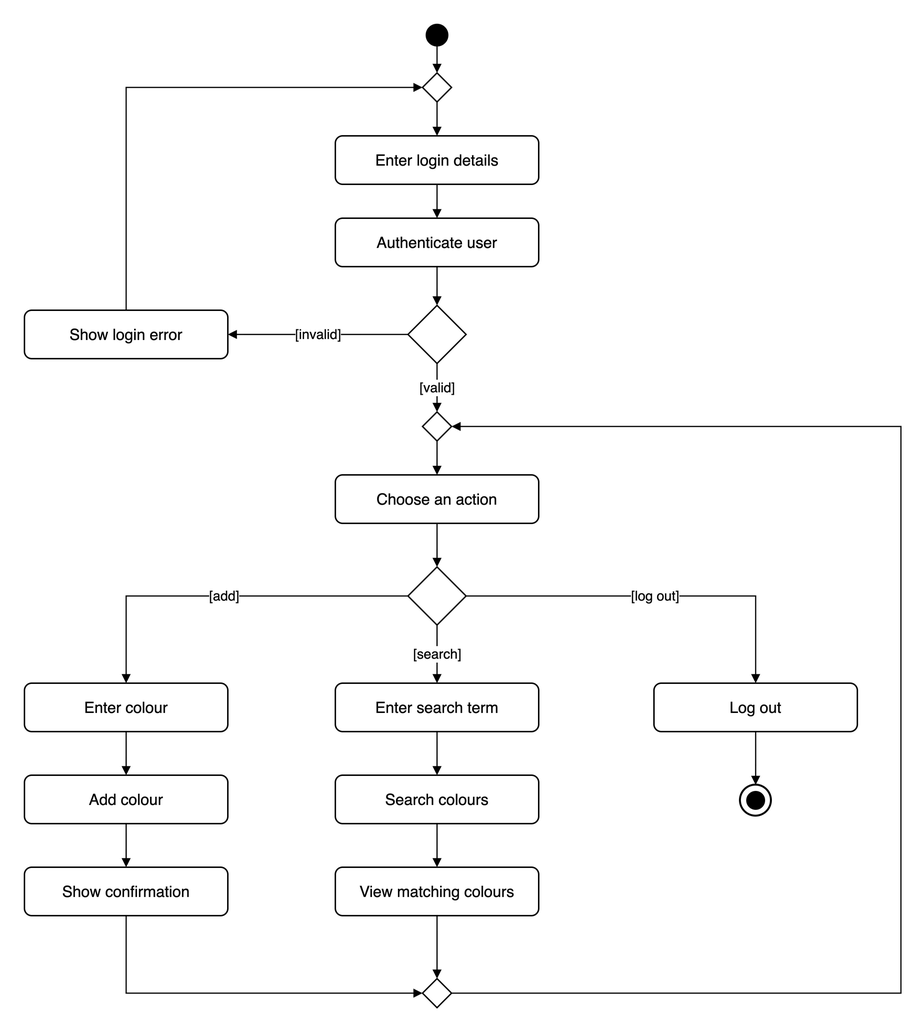
milesrack/colors-lamp keeps this draw.io diagram as docs/uml/activity.png. Above is the earlier version. Source tidied: cells renumbered, new cells last; positions are measured from the earlier drawing's top-left corner, leaving out a move shared by most shapes.
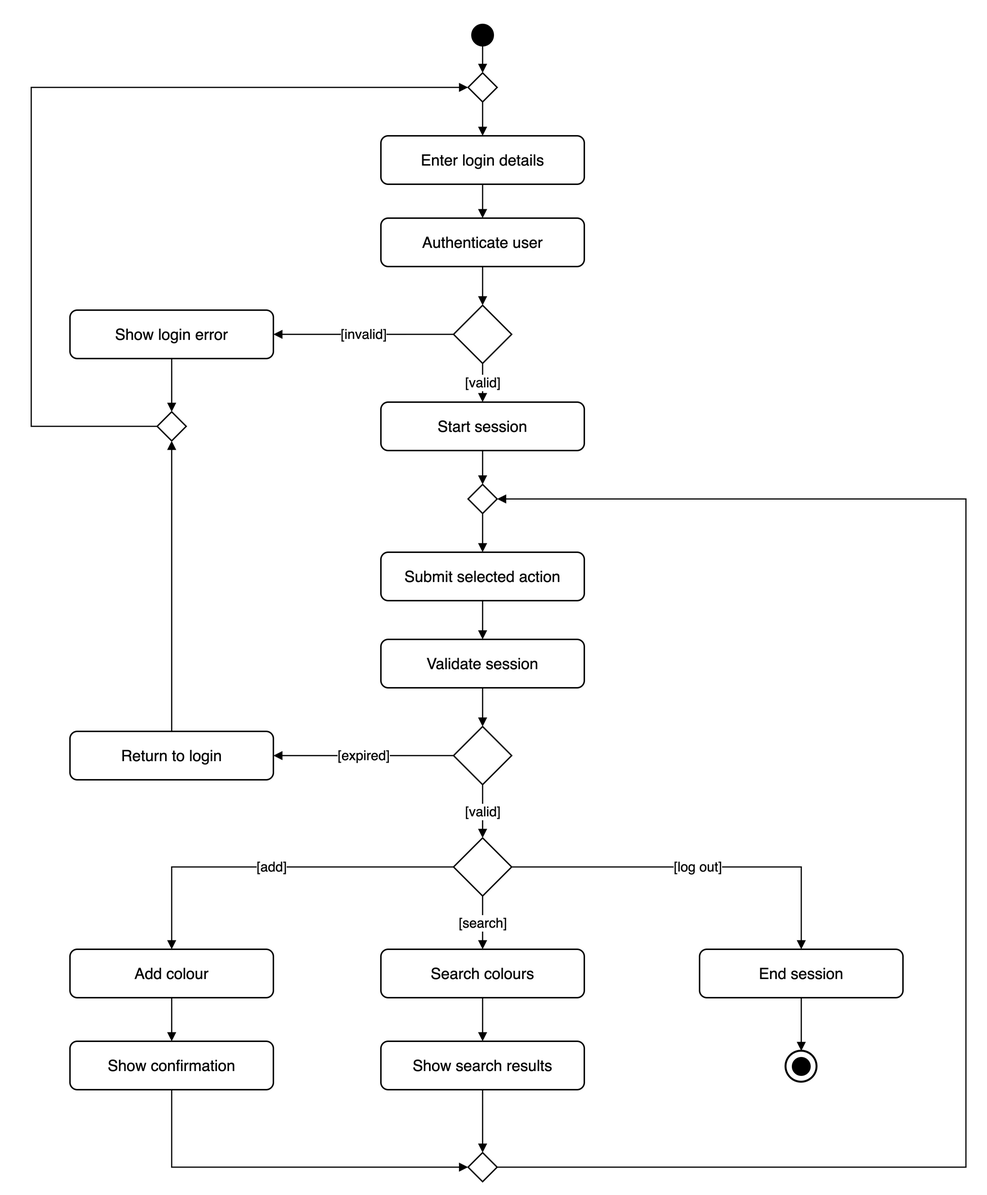
After the change.

The edit, as a diff of the source:
```diff
@@ -20,44 +20,53 @@
     <mxCell id="7" value="Show login error" style="html=1;whiteSpace=wrap;fontFamily=Helvetica;fontSize=16;fontColor=#000000;strokeColor=#000000;fillColor=#FFFFFF;strokeWidth=1.5;rounded=1;arcSize=15;" parent="1" vertex="1">
       <mxGeometry y="295" width="210" height="50" as="geometry" />
     </mxCell>
+    <mxCell id="41" style="html=1;whiteSpace=wrap;fontFamily=Helvetica;fontSize=16;fontColor=#000000;strokeColor=#000000;fillColor=#FFFFFF;strokeWidth=1.5;rhombus;" parent="1" vertex="1">
+      <mxGeometry x="90" y="400" width="30" height="30" as="geometry" />
+    </mxCell>
+    <mxCell id="42" value="Start session" style="html=1;whiteSpace=wrap;fontFamily=Helvetica;fontSize=16;fontColor=#000000;strokeColor=#000000;fillColor=#FFFFFF;strokeWidth=1.5;rounded=1;arcSize=15;" parent="1" vertex="1">
+      <mxGeometry x="321" y="390" width="210" height="50" as="geometry" />
+    </mxCell>
     <mxCell id="8" style="html=1;whiteSpace=wrap;fontFamily=Helvetica;fontSize=16;fontColor=#000000;strokeColor=#000000;fillColor=#FFFFFF;strokeWidth=1.5;rhombus;" parent="1" vertex="1">
-      <mxGeometry x="411" y="400" width="30" height="30" as="geometry" />
+      <mxGeometry x="411" y="475" width="30" height="30" as="geometry" />
     </mxCell>
-    <mxCell id="9" value="Choose an action" style="html=1;whiteSpace=wrap;fontFamily=Helvetica;fontSize=16;fontColor=#000000;strokeColor=#000000;fillColor=#FFFFFF;strokeWidth=1.5;rounded=1;arcSize=15;" parent="1" vertex="1">
-      <mxGeometry x="321" y="465" width="210" height="50" as="geometry" />
+    <mxCell id="9" value="Submit selected action" style="html=1;whiteSpace=wrap;fontFamily=Helvetica;fontSize=16;fontColor=#000000;strokeColor=#000000;fillColor=#FFFFFF;strokeWidth=1.5;rounded=1;arcSize=15;" parent="1" vertex="1">
+      <mxGeometry x="321" y="545" width="210" height="50" as="geometry" />
     </mxCell>
+    <mxCell id="43" value="Validate session" style="html=1;whiteSpace=wrap;fontFamily=Helvetica;fontSize=16;fontColor=#000000;strokeColor=#000000;fillColor=#FFFFFF;strokeWidth=1.5;rounded=1;arcSize=15;" parent="1" vertex="1">
+      <mxGeometry x="321" y="635" width="210" height="50" as="geometry" />
+    </mxCell>
+    <mxCell id="44" style="html=1;whiteSpace=wrap;fontFamily=Helvetica;fontSize=16;fontColor=#000000;strokeColor=#000000;fillColor=#FFFFFF;strokeWidth=1.5;rhombus;" parent="1" vertex="1">
+      <mxGeometry x="396" y="725" width="60" height="60" as="geometry" />
+    </mxCell>
+    <mxCell id="45" value="Return to login" style="html=1;whiteSpace=wrap;fontFamily=Helvetica;fontSize=16;fontColor=#000000;strokeColor=#000000;fillColor=#FFFFFF;strokeWidth=1.5;rounded=1;arcSize=15;" parent="1" vertex="1">
+      <mxGeometry y="730" width="210" height="50" as="geometry" />
+    </mxCell>
     <mxCell id="10" style="html=1;whiteSpace=wrap;fontFamily=Helvetica;fontSize=16;fontColor=#000000;strokeColor=#000000;fillColor=#FFFFFF;strokeWidth=1.5;rhombus;" parent="1" vertex="1">
-      <mxGeometry x="396" y="560" width="60" height="60" as="geometry" />
+      <mxGeometry x="396" y="840" width="60" height="60" as="geometry" />
     </mxCell>
-    <mxCell id="11" value="Enter colour" style="html=1;whiteSpace=wrap;fontFamily=Helvetica;fontSize=16;fontColor=#000000;strokeColor=#000000;fillColor=#FFFFFF;strokeWidth=1.5;rounded=1;arcSize=15;" parent="1" vertex="1">
-      <mxGeometry y="680" width="210" height="50" as="geometry" />
-    </mxCell>
     <mxCell id="12" value="Add colour" style="html=1;whiteSpace=wrap;fontFamily=Helvetica;fontSize=16;fontColor=#000000;strokeColor=#000000;fillColor=#FFFFFF;strokeWidth=1.5;rounded=1;arcSize=15;" parent="1" vertex="1">
-      <mxGeometry y="775" width="210" height="50" as="geometry" />
+      <mxGeometry y="955" width="210" height="50" as="geometry" />
     </mxCell>
     <mxCell id="13" value="Show confirmation" style="html=1;whiteSpace=wrap;fontFamily=Helvetica;fontSize=16;fontColor=#000000;strokeColor=#000000;fillColor=#FFFFFF;strokeWidth=1.5;rounded=1;arcSize=15;" parent="1" vertex="1">
-      <mxGeometry y="870" width="210" height="50" as="geometry" />
+      <mxGeometry y="1050" width="210" height="50" as="geometry" />
     </mxCell>
-    <mxCell id="14" value="Enter search term" style="html=1;whiteSpace=wrap;fontFamily=Helvetica;fontSize=16;fontColor=#000000;strokeColor=#000000;fillColor=#FFFFFF;strokeWidth=1.5;rounded=1;arcSize=15;" parent="1" vertex="1">
-      <mxGeometry x="321" y="680" width="210" height="50" as="geometry" />
-    </mxCell>
     <mxCell id="15" value="Search colours" style="html=1;whiteSpace=wrap;fontFamily=Helvetica;fontSize=16;fontColor=#000000;strokeColor=#000000;fillColor=#FFFFFF;strokeWidth=1.5;rounded=1;arcSize=15;" parent="1" vertex="1">
-      <mxGeometry x="321" y="775" width="210" height="50" as="geometry" />
+      <mxGeometry x="321" y="955" width="210" height="50" as="geometry" />
     </mxCell>
-    <mxCell id="16" value="View matching colours" style="html=1;whiteSpace=wrap;fontFamily=Helvetica;fontSize=16;fontColor=#000000;strokeColor=#000000;fillColor=#FFFFFF;strokeWidth=1.5;rounded=1;arcSize=15;" parent="1" vertex="1">
-      <mxGeometry x="321" y="870" width="210" height="50" as="geometry" />
+    <mxCell id="16" value="Show search results" style="html=1;whiteSpace=wrap;fontFamily=Helvetica;fontSize=16;fontColor=#000000;strokeColor=#000000;fillColor=#FFFFFF;strokeWidth=1.5;rounded=1;arcSize=15;" parent="1" vertex="1">
+      <mxGeometry x="321" y="1050" width="210" height="50" as="geometry" />
     </mxCell>
-    <mxCell id="17" value="Log out" style="html=1;whiteSpace=wrap;fontFamily=Helvetica;fontSize=16;fontColor=#000000;strokeColor=#000000;fillColor=#FFFFFF;strokeWidth=1.5;rounded=1;arcSize=15;" parent="1" vertex="1">
-      <mxGeometry x="650" y="680" width="210" height="50" as="geometry" />
+    <mxCell id="17" value="End session" style="html=1;whiteSpace=wrap;fontFamily=Helvetica;fontSize=16;fontColor=#000000;strokeColor=#000000;fillColor=#FFFFFF;strokeWidth=1.5;rounded=1;arcSize=15;" parent="1" vertex="1">
+      <mxGeometry x="650" y="955" width="210" height="50" as="geometry" />
     </mxCell>
     <mxCell id="18" style="html=1;whiteSpace=wrap;fontFamily=Helvetica;fontSize=16;fontColor=#000000;strokeColor=#000000;fillColor=#FFFFFF;strokeWidth=1.5;ellipse;fillColor=#FFFFFF;strokeWidth=2;" parent="1" vertex="1">
-      <mxGeometry x="739" y="785" width="32" height="32" as="geometry" />
+      <mxGeometry x="739" y="1060" width="32" height="32" as="geometry" />
     </mxCell>
     <mxCell id="19" style="html=1;whiteSpace=wrap;fontFamily=Helvetica;fontSize=16;fontColor=#000000;strokeColor=#000000;fillColor=#FFFFFF;strokeWidth=1.5;ellipse;fillColor=#000000;" parent="1" vertex="1">
-      <mxGeometry x="746" y="792" width="18" height="18" as="geometry" />
+      <mxGeometry x="746" y="1067" width="18" height="18" as="geometry" />
     </mxCell>
     <mxCell id="20" style="html=1;whiteSpace=wrap;fontFamily=Helvetica;fontSize=16;fontColor=#000000;strokeColor=#000000;fillColor=#FFFFFF;strokeWidth=1.5;rhombus;" parent="1" vertex="1">
-      <mxGeometry x="411" y="985" width="30" height="30" as="geometry" />
+      <mxGeometry x="411" y="1165" width="30" height="30" as="geometry" />
     </mxCell>
     <mxCell id="21" style="edgeStyle=orthogonalEdgeStyle;rounded=0;html=1;fontFamily=Helvetica;fontSize=14;fontColor=#000000;strokeColor=#000000;strokeWidth=1.3;labelBackgroundColor=#FFFFFF;endArrow=block;endFill=1;jettySize=auto;exitX=0.5;exitY=1;entryX=0.5;entryY=0;jettySize=0;" parent="1" edge="1" source="2" target="3">
       <mxGeometry relative="1" as="geometry" />
@@ -71,19 +80,19 @@
     <mxCell id="24" style="edgeStyle=orthogonalEdgeStyle;rounded=0;html=1;fontFamily=Helvetica;fontSize=14;fontColor=#000000;strokeColor=#000000;strokeWidth=1.3;labelBackgroundColor=#FFFFFF;endArrow=block;endFill=1;jettySize=auto;exitX=0.5;exitY=1;entryX=0.5;entryY=0;jettySize=0;" parent="1" edge="1" source="5" target="6">
       <mxGeometry relative="1" as="geometry" />
     </mxCell>
-    <mxCell id="25" style="edgeStyle=orthogonalEdgeStyle;rounded=0;html=1;fontFamily=Helvetica;fontSize=14;fontColor=#000000;strokeColor=#000000;strokeWidth=1.3;labelBackgroundColor=#FFFFFF;endArrow=block;endFill=1;jettySize=auto;exitX=0.5;exitY=1;entryX=0.5;entryY=0;jettySize=0;" parent="1" edge="1" source="8" target="9">
+    <mxCell id="25" style="edgeStyle=orthogonalEdgeStyle;rounded=0;html=1;fontFamily=Helvetica;fontSize=14;fontColor=#000000;strokeColor=#000000;strokeWidth=1.3;labelBackgroundColor=#FFFFFF;endArrow=block;endFill=1;jettySize=auto;exitX=0.5;exitY=1;entryX=0.5;entryY=0;jettySize=0;" parent="1" edge="1" source="42" target="8">
       <mxGeometry relative="1" as="geometry" />
     </mxCell>
-    <mxCell id="26" style="edgeStyle=orthogonalEdgeStyle;rounded=0;html=1;fontFamily=Helvetica;fontSize=14;fontColor=#000000;strokeColor=#000000;strokeWidth=1.3;labelBackgroundColor=#FFFFFF;endArrow=block;endFill=1;jettySize=auto;exitX=0.5;exitY=1;entryX=0.5;entryY=0;jettySize=0;" parent="1" edge="1" source="9" target="10">
+    <mxCell id="26" style="edgeStyle=orthogonalEdgeStyle;rounded=0;html=1;fontFamily=Helvetica;fontSize=14;fontColor=#000000;strokeColor=#000000;strokeWidth=1.3;labelBackgroundColor=#FFFFFF;endArrow=block;endFill=1;jettySize=auto;exitX=0.5;exitY=1;entryX=0.5;entryY=0;jettySize=0;" parent="1" edge="1" source="8" target="9">
       <mxGeometry relative="1" as="geometry" />
     </mxCell>
-    <mxCell id="27" style="edgeStyle=orthogonalEdgeStyle;rounded=0;html=1;fontFamily=Helvetica;fontSize=14;fontColor=#000000;strokeColor=#000000;strokeWidth=1.3;labelBackgroundColor=#FFFFFF;endArrow=block;endFill=1;jettySize=auto;exitX=0.5;exitY=1;entryX=0.5;entryY=0;jettySize=0;" parent="1" edge="1" source="11" target="12">
+    <mxCell id="27" style="edgeStyle=orthogonalEdgeStyle;rounded=0;html=1;fontFamily=Helvetica;fontSize=14;fontColor=#000000;strokeColor=#000000;strokeWidth=1.3;labelBackgroundColor=#FFFFFF;endArrow=block;endFill=1;jettySize=auto;exitX=0.5;exitY=1;entryX=0.5;entryY=0;jettySize=0;" parent="1" edge="1" source="9" target="43">
       <mxGeometry relative="1" as="geometry" />
     </mxCell>
-    <mxCell id="28" style="edgeStyle=orthogonalEdgeStyle;rounded=0;html=1;fontFamily=Helvetica;fontSize=14;fontColor=#000000;strokeColor=#000000;strokeWidth=1.3;labelBackgroundColor=#FFFFFF;endArrow=block;endFill=1;jettySize=auto;exitX=0.5;exitY=1;entryX=0.5;entryY=0;jettySize=0;" parent="1" edge="1" source="12" target="13">
+    <mxCell id="28" style="edgeStyle=orthogonalEdgeStyle;rounded=0;html=1;fontFamily=Helvetica;fontSize=14;fontColor=#000000;strokeColor=#000000;strokeWidth=1.3;labelBackgroundColor=#FFFFFF;endArrow=block;endFill=1;jettySize=auto;exitX=0.5;exitY=1;entryX=0.5;entryY=0;jettySize=0;" parent="1" edge="1" source="43" target="44">
       <mxGeometry relative="1" as="geometry" />
     </mxCell>
-    <mxCell id="29" style="edgeStyle=orthogonalEdgeStyle;rounded=0;html=1;fontFamily=Helvetica;fontSize=14;fontColor=#000000;strokeColor=#000000;strokeWidth=1.3;labelBackgroundColor=#FFFFFF;endArrow=block;endFill=1;jettySize=auto;exitX=0.5;exitY=1;entryX=0.5;entryY=0;jettySize=0;" parent="1" edge="1" source="14" target="15">
+    <mxCell id="29" style="edgeStyle=orthogonalEdgeStyle;rounded=0;html=1;fontFamily=Helvetica;fontSize=14;fontColor=#000000;strokeColor=#000000;strokeWidth=1.3;labelBackgroundColor=#FFFFFF;endArrow=block;endFill=1;jettySize=auto;exitX=0.5;exitY=1;entryX=0.5;entryY=0;jettySize=0;" parent="1" edge="1" source="12" target="13">
       <mxGeometry relative="1" as="geometry" />
     </mxCell>
     <mxCell id="30" style="edgeStyle=orthogonalEdgeStyle;rounded=0;html=1;fontFamily=Helvetica;fontSize=14;fontColor=#000000;strokeColor=#000000;strokeWidth=1.3;labelBackgroundColor=#FFFFFF;endArrow=block;endFill=1;jettySize=auto;exitX=0.5;exitY=1;entryX=0.5;entryY=0;jettySize=0;" parent="1" edge="1" source="15" target="16">
@@ -98,45 +107,58 @@
     <mxCell id="33" value="[invalid]" style="edgeStyle=orthogonalEdgeStyle;rounded=0;html=1;fontFamily=Helvetica;fontSize=14;fontColor=#000000;strokeColor=#000000;strokeWidth=1.3;labelBackgroundColor=#FFFFFF;endArrow=block;endFill=1;jettySize=auto;exitX=0.5;exitY=1;entryX=0.5;entryY=0;jettySize=0;exitX=0;exitY=0.5;entryX=1;entryY=0.5;" parent="1" edge="1" source="6" target="7">
       <mxGeometry relative="1" as="geometry" />
     </mxCell>
-    <mxCell id="34" style="edgeStyle=orthogonalEdgeStyle;rounded=0;html=1;fontFamily=Helvetica;fontSize=14;fontColor=#000000;strokeColor=#000000;strokeWidth=1.3;labelBackgroundColor=#FFFFFF;endArrow=block;endFill=1;jettySize=auto;exitX=0.5;exitY=1;entryX=0.5;entryY=0;jettySize=0;exitX=0.5;exitY=0;entryX=0;entryY=0.5;" parent="1" edge="1" source="7" target="3">
-      <mxGeometry relative="1" as="geometry">
-        <Array as="points">
-          <mxPoint x="105" y="65" />
-        </Array>
-      </mxGeometry>
+    <mxCell id="34" style="edgeStyle=orthogonalEdgeStyle;rounded=0;html=1;fontFamily=Helvetica;fontSize=14;fontColor=#000000;strokeColor=#000000;strokeWidth=1.3;labelBackgroundColor=#FFFFFF;endArrow=block;endFill=1;jettySize=auto;exitX=0.5;exitY=1;entryX=0.5;entryY=0;jettySize=0;" parent="1" edge="1" source="7" target="41">
+      <mxGeometry relative="1" as="geometry" />
     </mxCell>
-    <mxCell id="35" value="[valid]" style="edgeStyle=orthogonalEdgeStyle;rounded=0;html=1;fontFamily=Helvetica;fontSize=14;fontColor=#000000;strokeColor=#000000;strokeWidth=1.3;labelBackgroundColor=#FFFFFF;endArrow=block;endFill=1;jettySize=auto;exitX=0.5;exitY=1;entryX=0.5;entryY=0;jettySize=0;" parent="1" edge="1" source="6" target="8">
+    <mxCell id="35" value="[valid]" style="edgeStyle=orthogonalEdgeStyle;rounded=0;html=1;fontFamily=Helvetica;fontSize=14;fontColor=#000000;strokeColor=#000000;strokeWidth=1.3;labelBackgroundColor=#FFFFFF;endArrow=block;endFill=1;jettySize=auto;exitX=0.5;exitY=1;entryX=0.5;entryY=0;jettySize=0;" parent="1" edge="1" source="6" target="42">
       <mxGeometry relative="1" as="geometry" />
     </mxCell>
+    <mxCell id="46" value="[expired]" style="edgeStyle=orthogonalEdgeStyle;rounded=0;html=1;fontFamily=Helvetica;fontSize=14;fontColor=#000000;strokeColor=#000000;strokeWidth=1.3;labelBackgroundColor=#FFFFFF;endArrow=block;endFill=1;jettySize=auto;exitX=0.5;exitY=1;entryX=0.5;entryY=0;jettySize=0;exitX=0;exitY=0.5;entryX=1;entryY=0.5;" parent="1" edge="1" source="44" target="45">
+      <mxGeometry relative="1" as="geometry" />
+    </mxCell>
+    <mxCell id="47" style="edgeStyle=orthogonalEdgeStyle;rounded=0;html=1;fontFamily=Helvetica;fontSize=14;fontColor=#000000;strokeColor=#000000;strokeWidth=1.3;labelBackgroundColor=#FFFFFF;endArrow=block;endFill=1;jettySize=auto;exitX=0.5;exitY=1;entryX=0.5;entryY=0;jettySize=0;exitX=0.5;exitY=0;entryX=0.5;entryY=1;" parent="1" edge="1" source="45" target="41">
+      <mxGeometry relative="1" as="geometry" />
+    </mxCell>
+    <mxCell id="48" style="edgeStyle=orthogonalEdgeStyle;rounded=0;html=1;fontFamily=Helvetica;fontSize=14;fontColor=#000000;strokeColor=#000000;strokeWidth=1.3;labelBackgroundColor=#FFFFFF;endArrow=block;endFill=1;jettySize=auto;exitX=0.5;exitY=1;entryX=0.5;entryY=0;jettySize=0;exitX=0;exitY=0.5;entryX=0;entryY=0.5;" parent="1" edge="1" source="41" target="3">
+      <mxGeometry relative="1" as="geometry">
+        <Array as="points">
+          <mxPoint x="-40" y="415" />
+          <mxPoint x="-40" y="65" />
+        </Array>
+      </mxGeometry>
+    </mxCell>
+    <mxCell id="49" value="[valid]" style="edgeStyle=orthogonalEdgeStyle;rounded=0;html=1;fontFamily=Helvetica;fontSize=14;fontColor=#000000;strokeColor=#000000;strokeWidth=1.3;labelBackgroundColor=#FFFFFF;endArrow=block;endFill=1;jettySize=auto;exitX=0.5;exitY=1;entryX=0.5;entryY=0;jettySize=0;" parent="1" edge="1" source="44" target="10">
+      <mxGeometry relative="1" as="geometry" />
+    </mxCell>
-    <mxCell id="36" value="[add]" style="edgeStyle=orthogonalEdgeStyle;rounded=0;html=1;fontFamily=Helvetica;fontSize=14;fontColor=#000000;strokeColor=#000000;strokeWidth=1.3;labelBackgroundColor=#FFFFFF;endArrow=block;endFill=1;jettySize=auto;exitX=0.5;exitY=1;entryX=0.5;entryY=0;jettySize=0;exitX=0;exitY=0.5;entryX=0.5;entryY=0;" parent="1" edge="1" source="10" target="11">
+    <mxCell id="36" value="[add]" style="edgeStyle=orthogonalEdgeStyle;rounded=0;html=1;fontFamily=Helvetica;fontSize=14;fontColor=#000000;strokeColor=#000000;strokeWidth=1.3;labelBackgroundColor=#FFFFFF;endArrow=block;endFill=1;jettySize=auto;exitX=0.5;exitY=1;entryX=0.5;entryY=0;jettySize=0;exitX=0;exitY=0.5;entryX=0.5;entryY=0;" parent="1" edge="1" source="10" target="12">
       <mxGeometry relative="1" as="geometry">
         <Array as="points">
-          <mxPoint x="105" y="590" />
+          <mxPoint x="105" y="870" />
         </Array>
       </mxGeometry>
     </mxCell>
-    <mxCell id="37" value="[search]" style="edgeStyle=orthogonalEdgeStyle;rounded=0;html=1;fontFamily=Helvetica;fontSize=14;fontColor=#000000;strokeColor=#000000;strokeWidth=1.3;labelBackgroundColor=#FFFFFF;endArrow=block;endFill=1;jettySize=auto;exitX=0.5;exitY=1;entryX=0.5;entryY=0;jettySize=0;" parent="1" edge="1" source="10" target="14">
+    <mxCell id="37" value="[search]" style="edgeStyle=orthogonalEdgeStyle;rounded=0;html=1;fontFamily=Helvetica;fontSize=14;fontColor=#000000;strokeColor=#000000;strokeWidth=1.3;labelBackgroundColor=#FFFFFF;endArrow=block;endFill=1;jettySize=auto;exitX=0.5;exitY=1;entryX=0.5;entryY=0;jettySize=0;" parent="1" edge="1" source="10" target="15">
       <mxGeometry relative="1" as="geometry" />
     </mxCell>
     <mxCell id="38" value="[log out]" style="edgeStyle=orthogonalEdgeStyle;rounded=0;html=1;fontFamily=Helvetica;fontSize=14;fontColor=#000000;strokeColor=#000000;strokeWidth=1.3;labelBackgroundColor=#FFFFFF;endArrow=block;endFill=1;jettySize=auto;exitX=0.5;exitY=1;entryX=0.5;entryY=0;jettySize=0;exitX=1;exitY=0.5;entryX=0.5;entryY=0;" parent="1" edge="1" source="10" target="17">
       <mxGeometry relative="1" as="geometry">
         <Array as="points">
-          <mxPoint x="755" y="590" />
+          <mxPoint x="755" y="870" />
         </Array>
       </mxGeometry>
     </mxCell>
     <mxCell id="39" style="edgeStyle=orthogonalEdgeStyle;rounded=0;html=1;fontFamily=Helvetica;fontSize=14;fontColor=#000000;strokeColor=#000000;strokeWidth=1.3;labelBackgroundColor=#FFFFFF;endArrow=block;endFill=1;jettySize=auto;exitX=0.5;exitY=1;entryX=0.5;entryY=0;jettySize=0;exitX=0.5;exitY=1;entryX=0;entryY=0.5;" parent="1" edge="1" source="13" target="20">
       <mxGeometry relative="1" as="geometry">
         <Array as="points">
-          <mxPoint x="105" y="1000" />
+          <mxPoint x="105" y="1180" />
         </Array>
       </mxGeometry>
     </mxCell>
     <mxCell id="40" style="edgeStyle=orthogonalEdgeStyle;rounded=0;html=1;fontFamily=Helvetica;fontSize=14;fontColor=#000000;strokeColor=#000000;strokeWidth=1.3;labelBackgroundColor=#FFFFFF;endArrow=block;endFill=1;jettySize=auto;exitX=0.5;exitY=1;entryX=0.5;entryY=0;jettySize=0;exitX=1;exitY=0.5;entryX=1;entryY=0.5;" parent="1" edge="1" source="20" target="8">
       <mxGeometry relative="1" as="geometry">
         <Array as="points">
-          <mxPoint x="905" y="1000" />
-          <mxPoint x="905" y="415" />
+          <mxPoint x="925" y="1180" />
+          <mxPoint x="925" y="490" />
         </Array>
       </mxGeometry>
     </mxCell>
```
